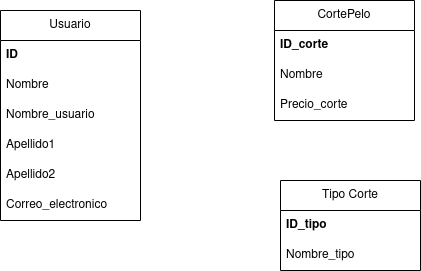
Earlier version of the draw.io export doc/entidad_relacion/DrawIO/Entidad-Relacion.png (Jorgeev27/Servicio-Peluqueria). Source tidied: cells renumbered, new cells last; positions are measured from the earlier drawing's top-left corner, leaving out a move shared by most shapes. Source of this version:
```xml
<mxGraphModel>
  <root>
    <mxCell id="0" />
    <mxCell id="1" parent="0" />
    <mxCell id="2" value="CortePelo" style="swimlane;fontStyle=0;horizontal=1;startSize=30;whiteSpace=wrap;html=1;" parent="1" vertex="1">
      <mxGeometry x="274" width="140" height="120" as="geometry" />
    </mxCell>
    <mxCell id="3" value="&lt;b&gt;ID_corte&lt;/b&gt;" style="text;strokeColor=none;fillColor=none;align=left;verticalAlign=middle;spacingLeft=4;spacingRight=4;overflow=hidden;whiteSpace=wrap;html=1;" parent="2" vertex="1">
      <mxGeometry y="30" width="140" height="30" as="geometry" />
    </mxCell>
    <mxCell id="4" value="Nombre" style="text;strokeColor=none;fillColor=none;align=left;verticalAlign=middle;spacingLeft=4;spacingRight=4;overflow=hidden;whiteSpace=wrap;html=1;" parent="2" vertex="1">
      <mxGeometry y="60" width="140" height="30" as="geometry" />
    </mxCell>
    <mxCell id="5" value="&lt;div&gt;Precio_corte&lt;/div&gt;" style="text;strokeColor=none;fillColor=none;align=left;verticalAlign=middle;spacingLeft=4;spacingRight=4;overflow=hidden;whiteSpace=wrap;html=1;" parent="2" vertex="1">
      <mxGeometry y="90" width="140" height="30" as="geometry" />
    </mxCell>
    <mxCell id="6" value="Usuario" style="swimlane;fontStyle=0;horizontal=1;startSize=30;whiteSpace=wrap;html=1;" parent="1" vertex="1">
      <mxGeometry y="10" width="140" height="210" as="geometry" />
    </mxCell>
    <mxCell id="7" value="&lt;b&gt;ID&lt;/b&gt;" style="text;strokeColor=none;fillColor=none;align=left;verticalAlign=middle;spacingLeft=4;spacingRight=4;overflow=hidden;whiteSpace=wrap;html=1;" parent="6" vertex="1">
      <mxGeometry y="30" width="140" height="30" as="geometry" />
    </mxCell>
    <mxCell id="8" value="Nombre" style="text;strokeColor=none;fillColor=none;align=left;verticalAlign=middle;spacingLeft=4;spacingRight=4;overflow=hidden;whiteSpace=wrap;html=1;" parent="6" vertex="1">
      <mxGeometry y="60" width="140" height="30" as="geometry" />
    </mxCell>
    <mxCell id="9" value="Nombre_usuario" style="text;strokeColor=none;fillColor=none;align=left;verticalAlign=middle;spacingLeft=4;spacingRight=4;overflow=hidden;whiteSpace=wrap;html=1;" parent="6" vertex="1">
      <mxGeometry y="90" width="140" height="30" as="geometry" />
    </mxCell>
    <mxCell id="10" value="Apellido1" style="text;strokeColor=none;fillColor=none;align=left;verticalAlign=middle;spacingLeft=4;spacingRight=4;overflow=hidden;whiteSpace=wrap;html=1;" parent="6" vertex="1">
      <mxGeometry y="120" width="140" height="30" as="geometry" />
    </mxCell>
    <mxCell id="11" value="Apellido2" style="text;strokeColor=none;fillColor=none;align=left;verticalAlign=middle;spacingLeft=4;spacingRight=4;overflow=hidden;whiteSpace=wrap;html=1;" parent="6" vertex="1">
      <mxGeometry y="150" width="140" height="30" as="geometry" />
    </mxCell>
    <mxCell id="12" value="Correo_electronico" style="text;strokeColor=none;fillColor=none;align=left;verticalAlign=middle;spacingLeft=4;spacingRight=4;overflow=hidden;whiteSpace=wrap;html=1;" parent="6" vertex="1">
      <mxGeometry y="180" width="140" height="30" as="geometry" />
    </mxCell>
    <mxCell id="13" value="Tipo Corte" style="swimlane;fontStyle=0;horizontal=1;startSize=30;whiteSpace=wrap;html=1;" parent="1" vertex="1">
      <mxGeometry x="280" y="180" width="140" height="90" as="geometry" />
    </mxCell>
    <mxCell id="14" value="&lt;b&gt;ID_tipo&lt;/b&gt;" style="text;strokeColor=none;fillColor=none;align=left;verticalAlign=middle;spacingLeft=4;spacingRight=4;overflow=hidden;points=[[0,0.5],[1,0.5]];portConstraint=eastwest;whiteSpace=wrap;html=1;" parent="13" vertex="1">
      <mxGeometry y="30" width="140" height="30" as="geometry" />
    </mxCell>
    <mxCell id="15" value="Nombre_tipo" style="text;strokeColor=none;fillColor=none;align=left;verticalAlign=middle;spacingLeft=4;spacingRight=4;overflow=hidden;whiteSpace=wrap;html=1;" parent="13" vertex="1">
      <mxGeometry y="60" width="140" height="30" as="geometry" />
    </mxCell>
  </root>
</mxGraphModel>
```
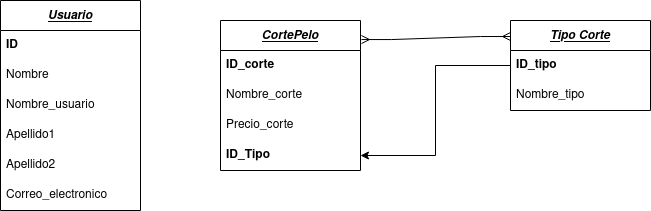
Above is the later version.

Diff of the diagram source:
```diff
@@ -2,19 +2,22 @@
   <root>
     <mxCell id="0" />
     <mxCell id="1" parent="0" />
-    <mxCell id="2" value="CortePelo" style="swimlane;fontStyle=0;horizontal=1;startSize=30;whiteSpace=wrap;html=1;" parent="1" vertex="1">
-      <mxGeometry x="274" width="140" height="120" as="geometry" />
+    <mxCell id="2" value="&lt;u&gt;&lt;i&gt;&lt;b&gt;CortePelo&lt;/b&gt;&lt;/i&gt;&lt;/u&gt;" style="swimlane;fontStyle=0;horizontal=1;startSize=30;whiteSpace=wrap;html=1;" parent="1" vertex="1">
+      <mxGeometry x="220" y="30" width="140" height="150" as="geometry" />
     </mxCell>
     <mxCell id="3" value="&lt;b&gt;ID_corte&lt;/b&gt;" style="text;strokeColor=none;fillColor=none;align=left;verticalAlign=middle;spacingLeft=4;spacingRight=4;overflow=hidden;whiteSpace=wrap;html=1;" parent="2" vertex="1">
       <mxGeometry y="30" width="140" height="30" as="geometry" />
     </mxCell>
-    <mxCell id="4" value="Nombre" style="text;strokeColor=none;fillColor=none;align=left;verticalAlign=middle;spacingLeft=4;spacingRight=4;overflow=hidden;whiteSpace=wrap;html=1;" parent="2" vertex="1">
+    <mxCell id="4" value="Nombre_corte" style="text;strokeColor=none;fillColor=none;align=left;verticalAlign=middle;spacingLeft=4;spacingRight=4;overflow=hidden;whiteSpace=wrap;html=1;" parent="2" vertex="1">
       <mxGeometry y="60" width="140" height="30" as="geometry" />
     </mxCell>
     <mxCell id="5" value="&lt;div&gt;Precio_corte&lt;/div&gt;" style="text;strokeColor=none;fillColor=none;align=left;verticalAlign=middle;spacingLeft=4;spacingRight=4;overflow=hidden;whiteSpace=wrap;html=1;" parent="2" vertex="1">
       <mxGeometry y="90" width="140" height="30" as="geometry" />
     </mxCell>
+    <mxCell id="16" value="&lt;b&gt;ID_Tipo&lt;/b&gt;" style="text;strokeColor=none;fillColor=none;align=left;verticalAlign=middle;spacingLeft=4;spacingRight=4;overflow=hidden;points=[[0,0.5],[1,0.5]];portConstraint=eastwest;whiteSpace=wrap;html=1;" parent="2" vertex="1">
+      <mxGeometry y="120" width="140" height="30" as="geometry" />
+    </mxCell>
-    <mxCell id="6" value="Usuario" style="swimlane;fontStyle=0;horizontal=1;startSize=30;whiteSpace=wrap;html=1;" parent="1" vertex="1">
+    <mxCell id="6" value="&lt;u&gt;&lt;i&gt;&lt;b&gt;Usuario&lt;/b&gt;&lt;/i&gt;&lt;/u&gt;" style="swimlane;fontStyle=0;horizontal=1;startSize=30;whiteSpace=wrap;html=1;" parent="1" vertex="1">
       <mxGeometry y="10" width="140" height="210" as="geometry" />
     </mxCell>
     <mxCell id="7" value="&lt;b&gt;ID&lt;/b&gt;" style="text;strokeColor=none;fillColor=none;align=left;verticalAlign=middle;spacingLeft=4;spacingRight=4;overflow=hidden;whiteSpace=wrap;html=1;" parent="6" vertex="1">
@@ -35,8 +38,8 @@
     <mxCell id="12" value="Correo_electronico" style="text;strokeColor=none;fillColor=none;align=left;verticalAlign=middle;spacingLeft=4;spacingRight=4;overflow=hidden;whiteSpace=wrap;html=1;" parent="6" vertex="1">
       <mxGeometry y="180" width="140" height="30" as="geometry" />
     </mxCell>
-    <mxCell id="13" value="Tipo Corte" style="swimlane;fontStyle=0;horizontal=1;startSize=30;whiteSpace=wrap;html=1;" parent="1" vertex="1">
-      <mxGeometry x="280" y="180" width="140" height="90" as="geometry" />
+    <mxCell id="13" value="&lt;u&gt;&lt;i&gt;&lt;b&gt;Tipo Corte&lt;/b&gt;&lt;/i&gt;&lt;/u&gt;" style="swimlane;fontStyle=0;horizontal=1;startSize=30;whiteSpace=wrap;html=1;" parent="1" vertex="1">
+      <mxGeometry x="510" y="30" width="140" height="90" as="geometry" />
     </mxCell>
     <mxCell id="14" value="&lt;b&gt;ID_tipo&lt;/b&gt;" style="text;strokeColor=none;fillColor=none;align=left;verticalAlign=middle;spacingLeft=4;spacingRight=4;overflow=hidden;points=[[0,0.5],[1,0.5]];portConstraint=eastwest;whiteSpace=wrap;html=1;" parent="13" vertex="1">
       <mxGeometry y="30" width="140" height="30" as="geometry" />
@@ -44,5 +47,11 @@
     <mxCell id="15" value="Nombre_tipo" style="text;strokeColor=none;fillColor=none;align=left;verticalAlign=middle;spacingLeft=4;spacingRight=4;overflow=hidden;whiteSpace=wrap;html=1;" parent="13" vertex="1">
       <mxGeometry y="60" width="140" height="30" as="geometry" />
     </mxCell>
+    <mxCell id="17" style="edgeStyle=orthogonalEdgeStyle;rounded=0;jettySize=auto;html=1;exitX=0;exitY=0.5;exitDx=0;exitDy=0;" parent="1" edge="1" source="14" target="16">
+      <mxGeometry relative="1" as="geometry" />
+    </mxCell>
+    <mxCell id="18" style="edgeStyle=entityRelationEdgeStyle;fontSize=12;html=1;endArrow=ERmany;startArrow=ERmany;rounded=0;exitX=1.007;exitY=0.127;exitDx=0;exitDy=0;exitPerimeter=0;entryX=0;entryY=0.178;entryDx=0;entryDy=0;entryPerimeter=0;" parent="1" edge="1" source="2" target="13">
+      <mxGeometry relative="1" as="geometry" />
+    </mxCell>
   </root>
 </mxGraphModel>
```
